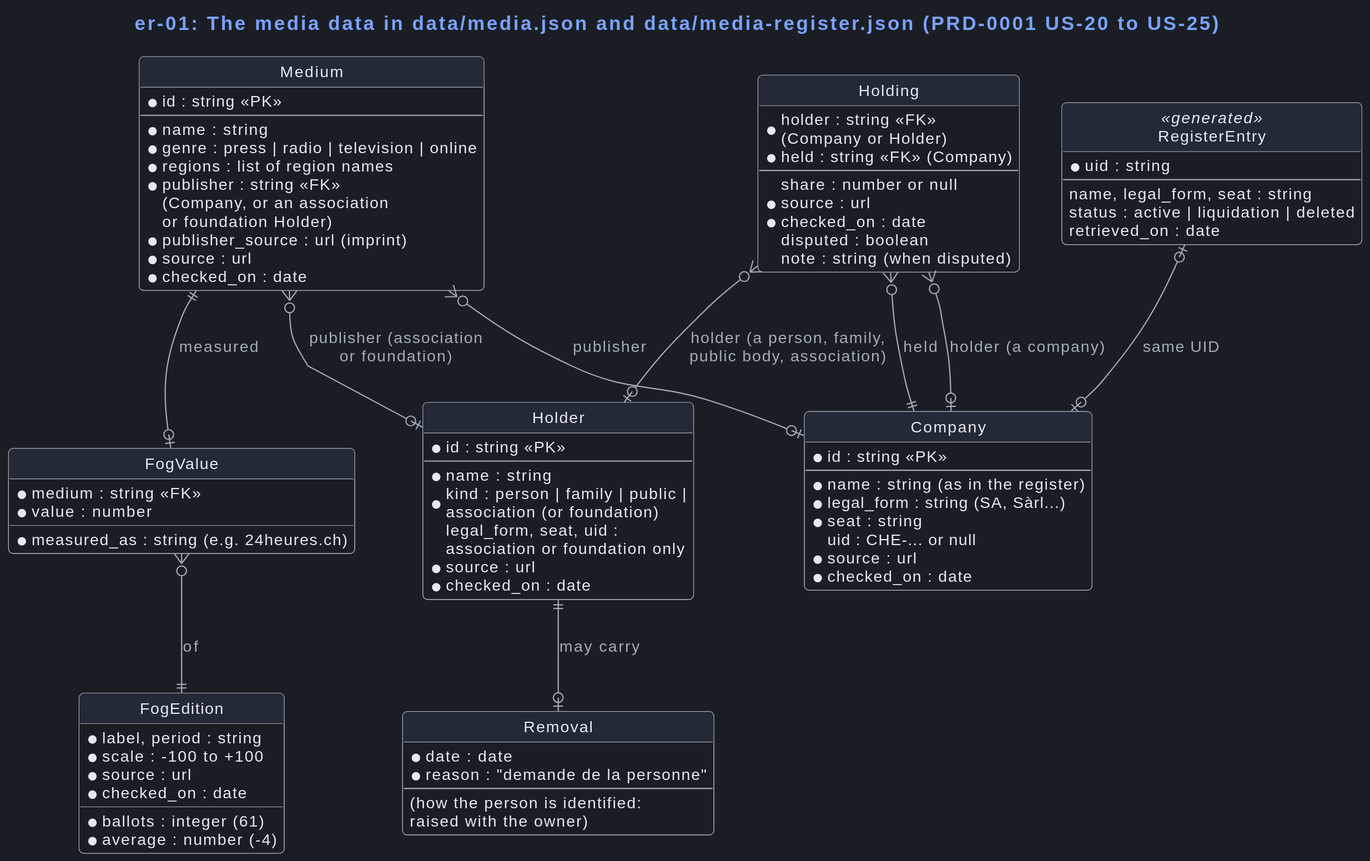
Above: docs/plans/active/transparency-media/views/dark/er-01-media-data.svg in VictorHueni/civic-compass (PlantUML), before the change.
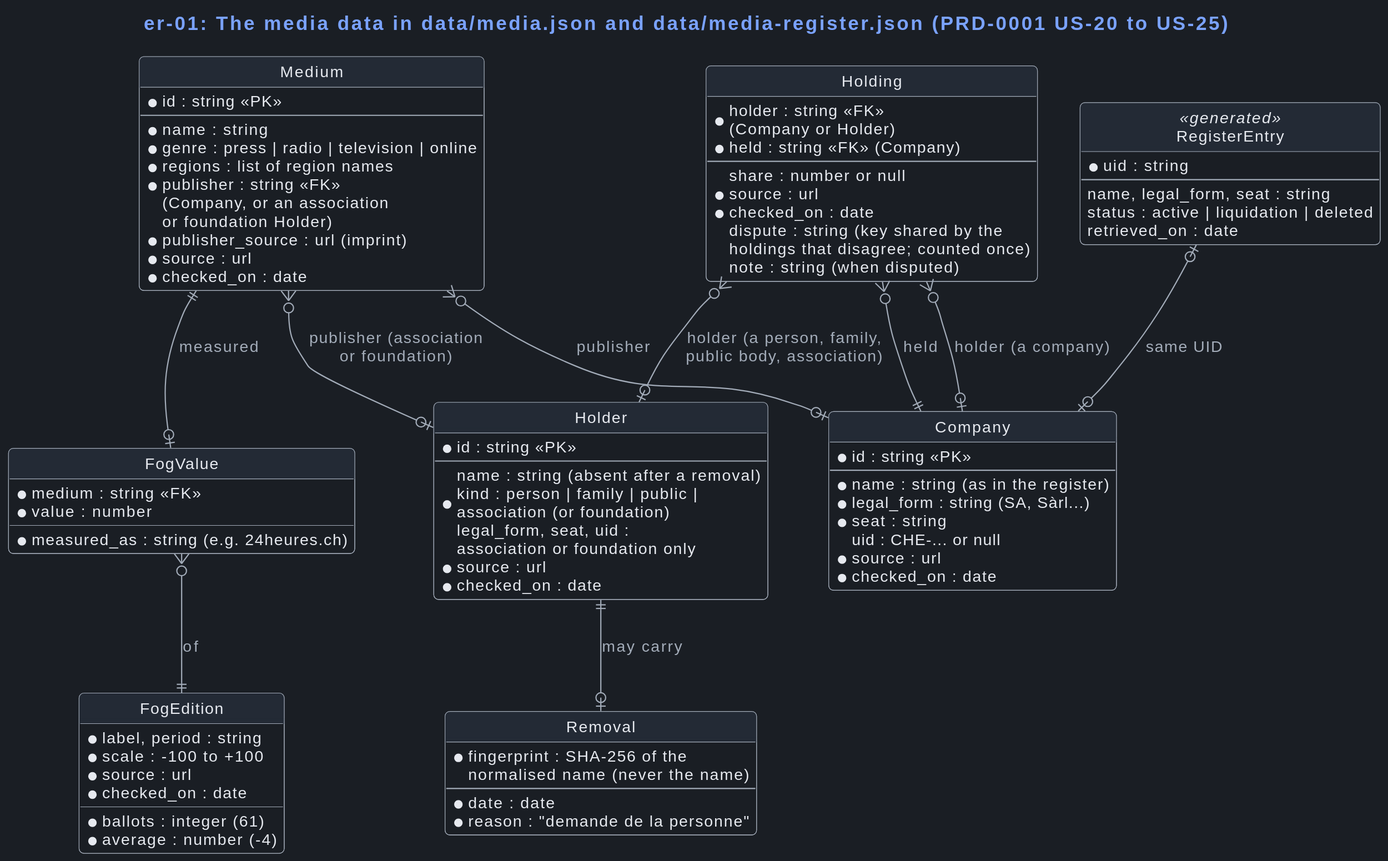
The same file after the commit.

Commit message:
docs(media): count a disputed share once and keep no name on removal

Diff of the diagram source:
```diff
@@ -30,7 +30,7 @@
 entity Holder {
   * id : string <<PK>>
   --
-  * name : string
+  name : string (absent after a removal)
   * kind : person | family | public |\nassociation (or foundation)
   legal_form, seat, uid :\nassociation or foundation only
   * source : url
@@ -44,16 +44,17 @@
   share : number or null
   * source : url
   * checked_on : date
-  disputed : boolean
+  dispute : string (key shared by the
+  holdings that disagree; counted once)
   note : string (when disputed)
 }
 
 entity Removal {
+  * fingerprint : SHA-256 of the
+    normalised name (never the name)
+  --
   * date : date
   * reason : "demande de la personne"
-  --
-  (how the person is identified:
-  raised with the owner)
 }
 
 entity FogEdition {
```
